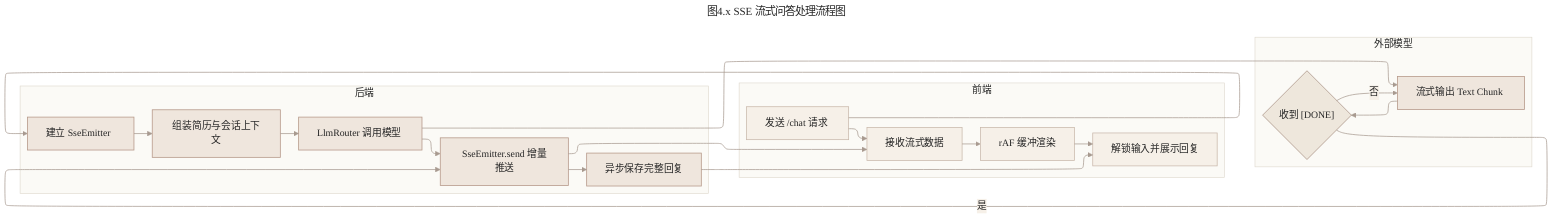
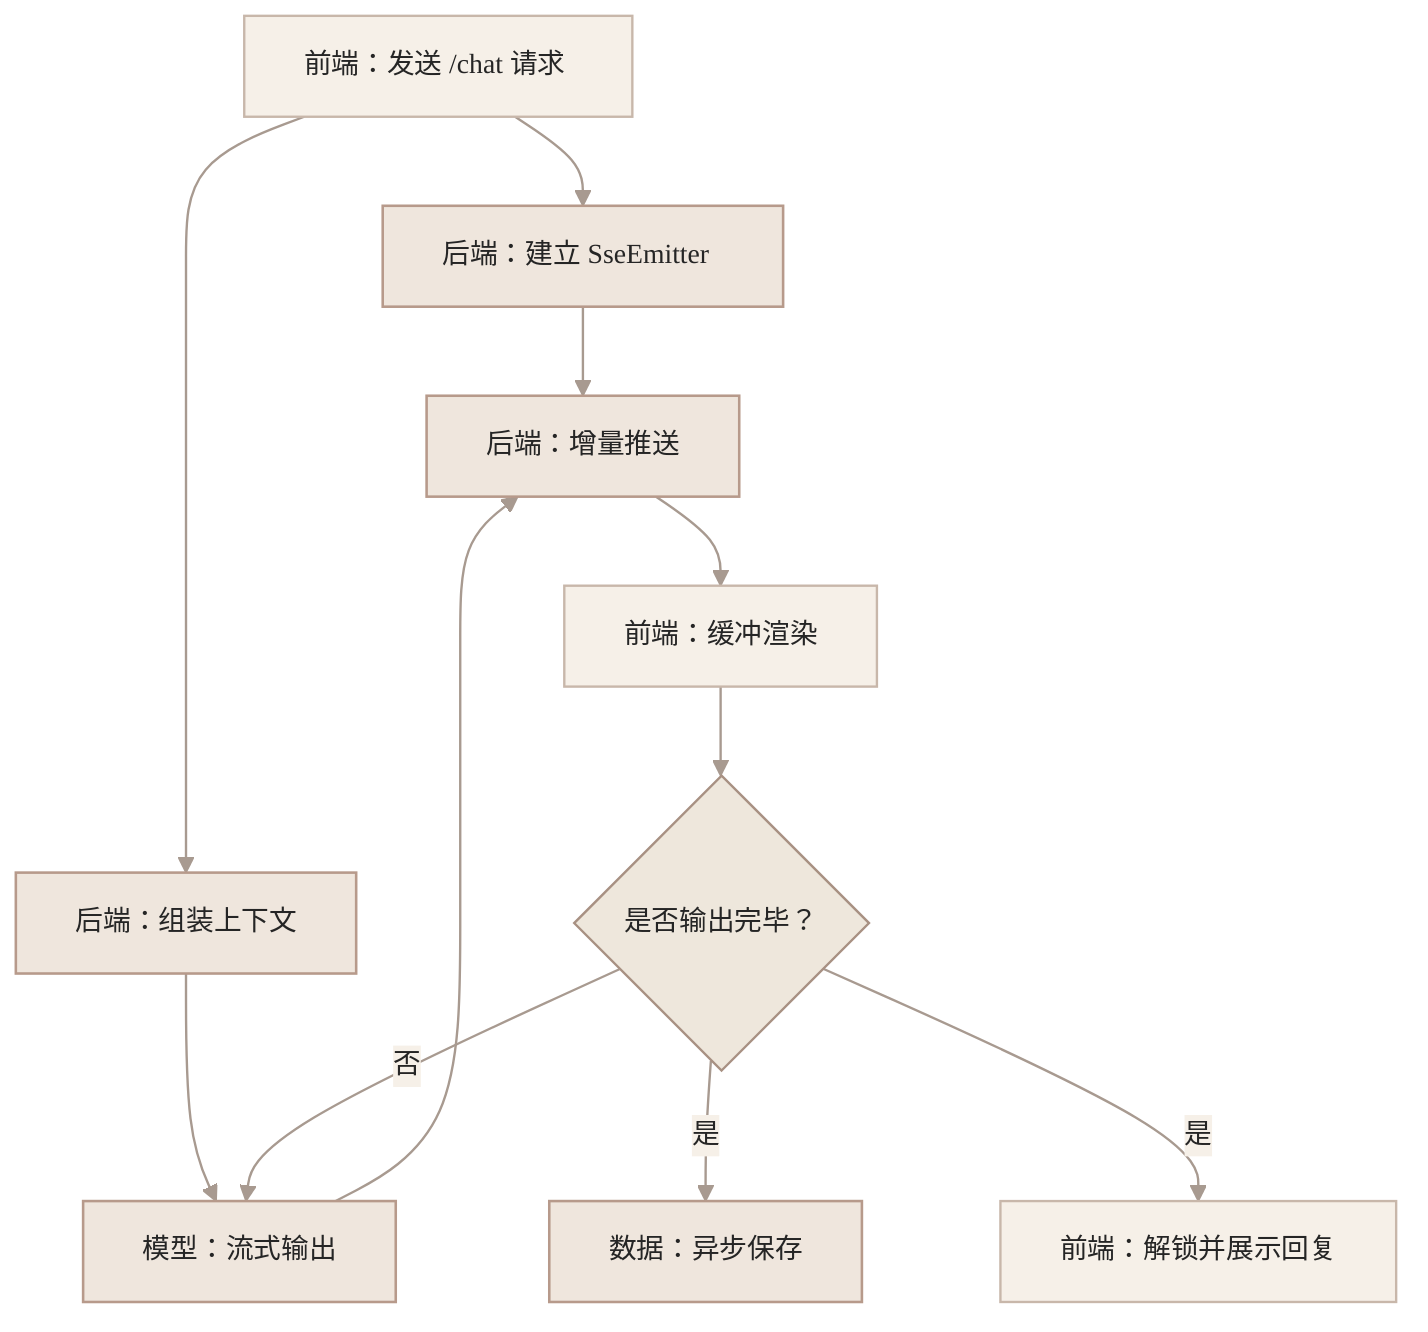
- ---
- title: 图4.x SSE 流式问答处理流程图
- config:
-   theme: base
-   layout: elk
-   flowchart:
-     curve: basis
-     nodeSpacing: 42
-     rankSpacing: 56
-     wrappingWidth: 150
-   themeVariables:
-     background: "#FAF8F2"
-     primaryColor: "#EFE6DD"
-     primaryBorderColor: "#B79A8B"
-     primaryTextColor: "#252525"
-     lineColor: "#A89A90"
-     secondaryColor: "#F6F0E8"
-     tertiaryColor: "#FBFAF6"
-     fontFamily: "Microsoft YaHei, SimHei, Arial, sans-serif"
-     fontSize: "16px"
- ---
- flowchart LR
-   subgraph frontend["前端"]
-     start["发送 /chat 请求"]
-     fe_stream["接收流式数据"]
-     raf["rAF 缓冲渲染"]
-     finish["解锁输入并展示回复"]
-     start --> fe_stream --> raf --> finish
-   end
+ %%{init: {
+   'theme': 'base',
+   'themeVariables': {
+     'background': '#FAF8F2',
+     'primaryColor': '#EFE6DD',
+     'primaryBorderColor': '#B79A8B',
+     'primaryTextColor': '#252525',
+     'lineColor': '#A89A90',
+     'secondaryColor': '#F6F0E8',
+     'tertiaryColor': '#FBFAF6',
+     'fontFamily': 'Microsoft YaHei, SimHei, Arial, sans-serif',
+     'fontSize': '14px'
+   },
+   'flowchart': {
+     'nodeSpacing': 70,
+     'rankSpacing': 45
+   }
+ }}%%
+ flowchart TB
+   fe_send["前端：发送 /chat 请求"]

-   subgraph backend["后端"]
-     emitter["建立 SseEmitter"]
-     context["组装简历与会话上下文"]
-     router["LlmRouter 调用模型"]
-     push["SseEmitter.send 增量推送"]
-     save["异步保存完整回复"]
-     emitter --> context --> router --> push --> save
-   end
+   be_emitter["后端：建立 SseEmitter"]
+   be_context["后端：组装上下文"]

-   subgraph provider["外部模型"]
-     stream["流式输出 Text Chunk"]
-     done{"收到 [DONE]"}
-     stream --> done
-   end
+   llm_stream["模型：流式输出"]
+   be_push["后端：增量推送"]
+   fe_render["前端：缓冲渲染"]

-   start --> emitter
-   router --> stream
-   done -- 否 --> stream
-   done -- 是 --> push
-   push --> fe_stream
-   save --> finish
+   check_done{"是否输出完毕？"}

-   classDef lane fill:#FBFAF6,stroke:#DED8CD,color:#252525
+   db_save["数据：异步保存"]
+   fe_finish["前端：解锁并展示回复"]
+ 
+   fe_send --> be_emitter
+   fe_send --> be_context
+ 
+   be_context --> llm_stream
+   be_emitter --> be_push
+ 
+   llm_stream --> be_push
+   be_push --> fe_render
+   fe_render --> check_done
+ 
+   check_done -- "否" --> llm_stream
+   check_done -- "是" --> db_save
+   check_done -- "是" --> fe_finish
+ 
  classDef main fill:#EFE6DD,stroke:#B79A8B,stroke-width:1.3px,color:#252525
  classDef node fill:#F6F0E8,stroke:#C8B7AA,stroke-width:1.2px,color:#252525
  classDef decision fill:#EEE7DC,stroke:#A89183,color:#252525

-   class frontend,backend,provider lane
-   class emitter,context,router,push,save,stream main
-   class start,fe_stream,raf,finish node
-   class done decision
+   class be_emitter,be_context,llm_stream,be_push,db_save main
+   class fe_send,fe_render,fe_finish node
+   class check_done decision
  linkStyle default stroke:#A89A90,stroke-width:1.2px
